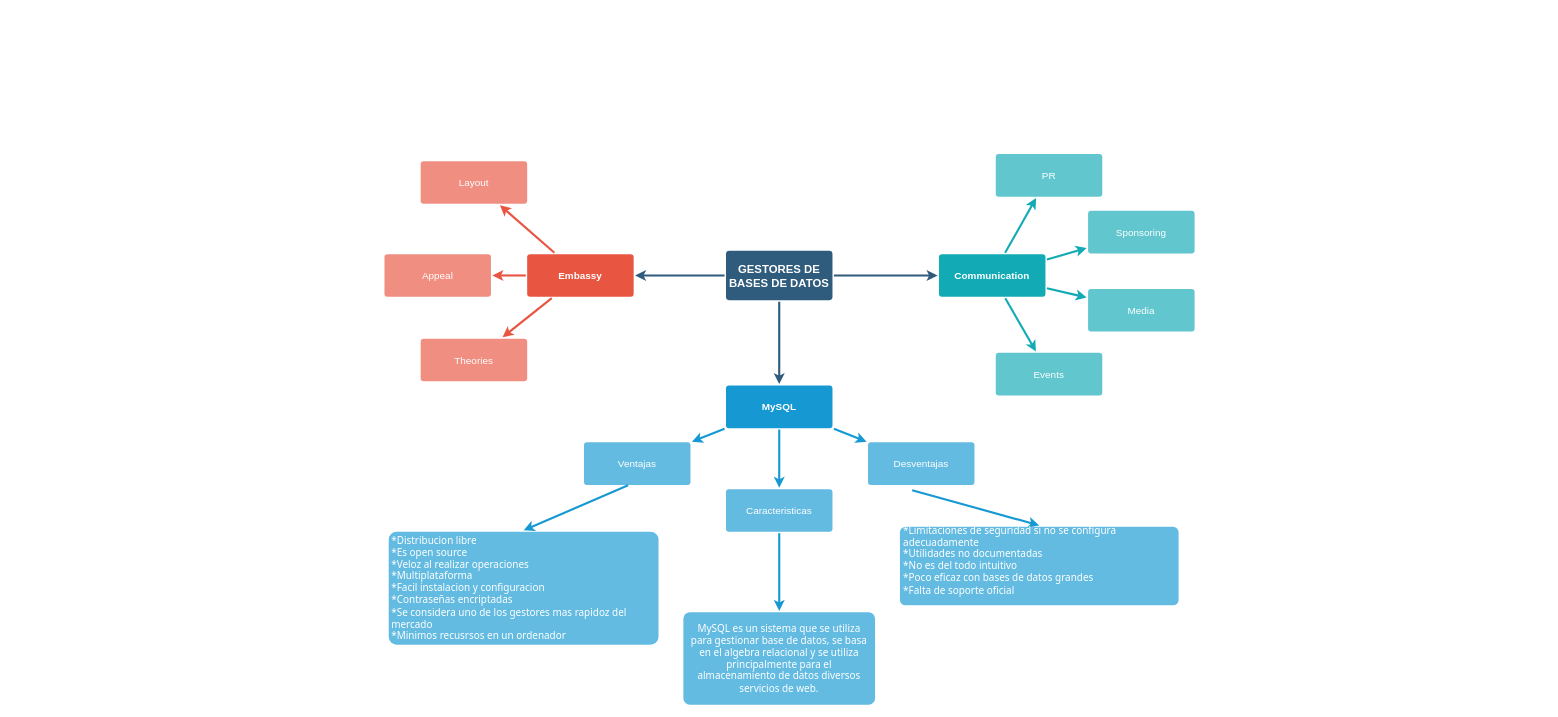
The draw.io diagram Actividad_5gestoresBD.drawio in tavo954cbr/moodle-BD, before the edit. Source tidied: cells renumbered, new cells numbered last; positions are measured from the earlier drawing's top-left corner, leaving out a move shared by most shapes. Both pictures are drawn from the tidied source at 71%, with x=0, y=0 at pixel (384, 153).
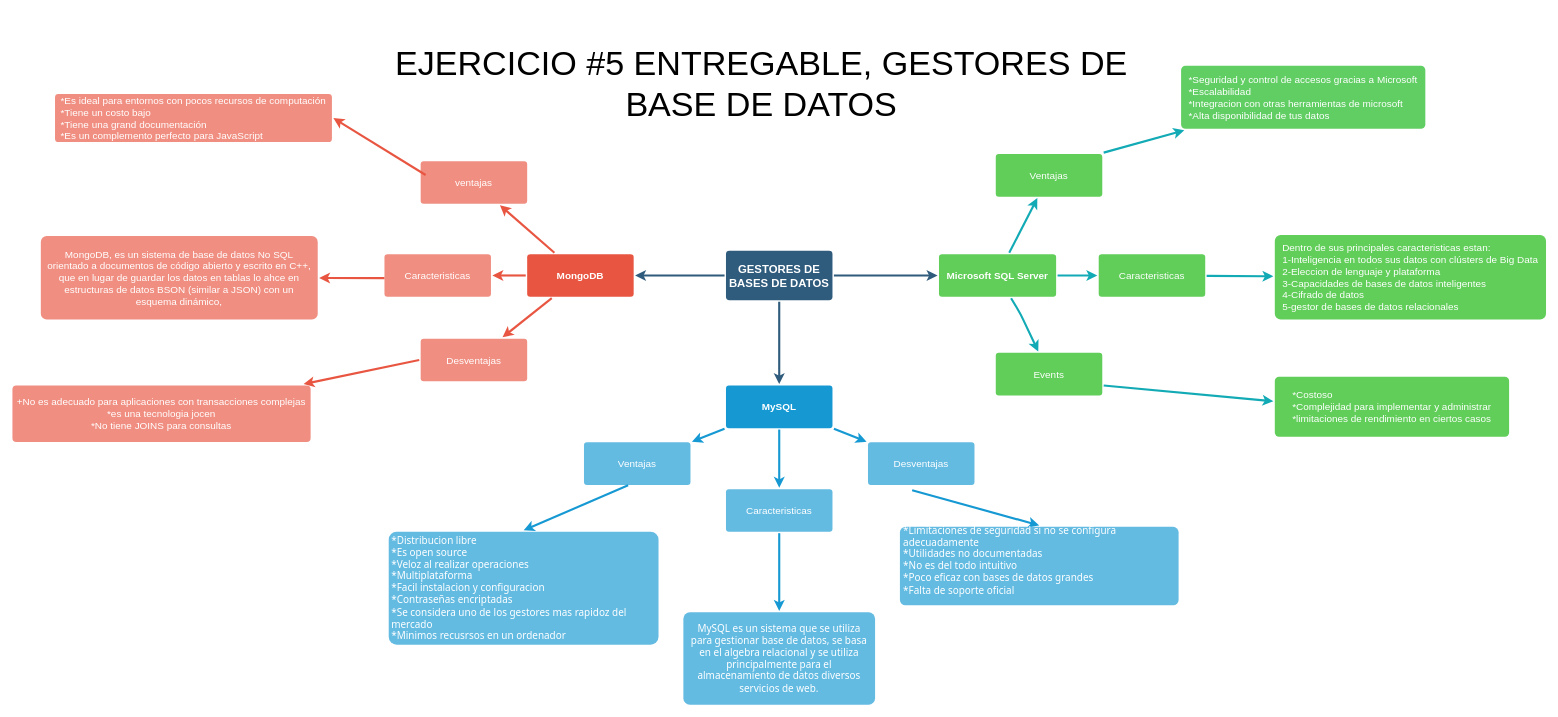
The same diagram, later.

What changed in the source:
```diff
@@
-    <mxCell id="9" value="Embassy" style="rounded=1;whiteSpace=wrap;html=1;shadow=0;labelBackgroundColor=none;strokeColor=none;strokeWidth=3;fillColor=#e85642;fontFamily=Helvetica;fontSize=14;fontColor=#FFFFFF;align=center;spacing=5;fontStyle=1;arcSize=7;perimeterSpacing=2;" parent="1" vertex="1">
+    <mxCell id="9" value="MongoDB" style="rounded=1;whiteSpace=wrap;html=1;shadow=0;labelBackgroundColor=none;strokeColor=none;strokeWidth=3;fillColor=#e85642;fontFamily=Helvetica;fontSize=14;fontColor=#FFFFFF;align=center;spacing=5;fontStyle=1;arcSize=7;perimeterSpacing=2;" parent="1" vertex="1">
       <mxGeometry x="201" y="141.5" width="150" height="60" as="geometry" />
     </mxCell>
-    <mxCell id="10" value="Theories" style="rounded=1;whiteSpace=wrap;html=1;shadow=0;labelBackgroundColor=none;strokeColor=none;strokeWidth=3;fillColor=#f08e81;fontFamily=Helvetica;fontSize=14;fontColor=#FFFFFF;align=center;spacing=5;fontStyle=0;arcSize=7;perimeterSpacing=2;" parent="1" vertex="1">
+    <mxCell id="10" value="Desventajas" style="rounded=1;whiteSpace=wrap;html=1;shadow=0;labelBackgroundColor=none;strokeColor=none;strokeWidth=3;fillColor=#f08e81;fontFamily=Helvetica;fontSize=14;fontColor=#FFFFFF;align=center;spacing=5;fontStyle=0;arcSize=7;perimeterSpacing=2;" parent="1" vertex="1">
       <mxGeometry x="51" y="260.5" width="150" height="60" as="geometry" />
     </mxCell>
-    <mxCell id="11" value="Appeal" style="rounded=1;whiteSpace=wrap;html=1;shadow=0;labelBackgroundColor=none;strokeColor=none;strokeWidth=3;fillColor=#f08e81;fontFamily=Helvetica;fontSize=14;fontColor=#FFFFFF;align=center;spacing=5;fontStyle=0;arcSize=7;perimeterSpacing=2;" parent="1" vertex="1">
+    <mxCell id="11" value="Caracteristicas" style="rounded=1;whiteSpace=wrap;html=1;shadow=0;labelBackgroundColor=none;strokeColor=none;strokeWidth=3;fillColor=#f08e81;fontFamily=Helvetica;fontSize=14;fontColor=#FFFFFF;align=center;spacing=5;fontStyle=0;arcSize=7;perimeterSpacing=2;" parent="1" vertex="1">
       <mxGeometry y="141.5" width="150" height="60" as="geometry" />
     </mxCell>
-    <mxCell id="12" value="Layout" style="rounded=1;whiteSpace=wrap;html=1;shadow=0;labelBackgroundColor=none;strokeColor=none;strokeWidth=3;fillColor=#f08e81;fontFamily=Helvetica;fontSize=14;fontColor=#FFFFFF;align=center;spacing=5;fontStyle=0;arcSize=7;perimeterSpacing=2;" parent="1" vertex="1">
+    <mxCell id="12" value="ventajas" style="rounded=1;whiteSpace=wrap;html=1;shadow=0;labelBackgroundColor=none;strokeColor=none;strokeWidth=3;fillColor=#f08e81;fontFamily=Helvetica;fontSize=14;fontColor=#FFFFFF;align=center;spacing=5;fontStyle=0;arcSize=7;perimeterSpacing=2;" parent="1" vertex="1">
       <mxGeometry x="51" y="10.5" width="150" height="60" as="geometry" />
     </mxCell>
@@
-    <mxCell id="20" value="Communication" style="rounded=1;whiteSpace=wrap;html=1;shadow=0;labelBackgroundColor=none;strokeColor=none;strokeWidth=3;fillColor=#12aab5;fontFamily=Helvetica;fontSize=14;fontColor=#FFFFFF;align=center;spacing=5;fontStyle=1;arcSize=7;perimeterSpacing=2;" parent="1" vertex="1">
-      <mxGeometry x="781" y="141.5" width="150" height="60" as="geometry" />
+    <mxCell id="20" value="Microsoft SQL Server" style="rounded=1;whiteSpace=wrap;html=1;shadow=0;labelBackgroundColor=none;strokeColor=none;strokeWidth=3;fillColor=#60CE59;fontFamily=Helvetica;fontSize=14;fontColor=#FFFFFF;align=center;spacing=5;fontStyle=1;arcSize=7;perimeterSpacing=2;" parent="1" vertex="1">
+      <mxGeometry x="781" y="141.5" width="165" height="60" as="geometry" />
     </mxCell>
-    <mxCell id="21" value="Events" style="rounded=1;whiteSpace=wrap;html=1;shadow=0;labelBackgroundColor=none;strokeColor=none;strokeWidth=3;fillColor=#61c6ce;fontFamily=Helvetica;fontSize=14;fontColor=#FFFFFF;align=center;spacing=5;fontStyle=0;arcSize=7;perimeterSpacing=2;" parent="1" vertex="1">
+    <mxCell id="21" value="Events" style="rounded=1;whiteSpace=wrap;html=1;shadow=0;labelBackgroundColor=none;strokeColor=none;strokeWidth=3;fillColor=#60CE59;fontFamily=Helvetica;fontSize=14;fontColor=#FFFFFF;align=center;spacing=5;fontStyle=0;arcSize=7;perimeterSpacing=2;" parent="1" vertex="1">
       <mxGeometry x="861" y="280.5" width="150" height="60" as="geometry" />
     </mxCell>
     <mxCell id="22" style="edgeStyle=none;rounded=1;jumpStyle=none;html=1;shadow=0;labelBackgroundColor=none;startArrow=none;startFill=0;jettySize=auto;strokeColor=#12AAB5;strokeWidth=3;fontFamily=Helvetica;fontSize=14;fontColor=#FFFFFF;spacing=5;fontStyle=1;fillColor=#b0e3e6;" parent="1" edge="1" source="20" target="21">
-      <mxGeometry relative="1" as="geometry" />
+      <mxGeometry relative="1" as="geometry">
+        <Array as="points">
+          <mxPoint x="896" y="226" />
+        </Array>
+      </mxGeometry>
     </mxCell>
-    <mxCell id="23" value="Media" style="rounded=1;whiteSpace=wrap;html=1;shadow=0;labelBackgroundColor=none;strokeColor=none;strokeWidth=3;fillColor=#61c6ce;fontFamily=Helvetica;fontSize=14;fontColor=#FFFFFF;align=center;spacing=5;fontStyle=0;arcSize=7;perimeterSpacing=2;" parent="1" vertex="1">
-      <mxGeometry x="991" y="190.5" width="150" height="60" as="geometry" />
+    <mxCell id="23" value="Caracteristicas" style="rounded=1;whiteSpace=wrap;html=1;shadow=0;labelBackgroundColor=none;strokeColor=none;strokeWidth=3;fillColor=#60CE59;fontFamily=Helvetica;fontSize=14;fontColor=#FFFFFF;align=center;spacing=5;fontStyle=0;arcSize=7;perimeterSpacing=2;" parent="1" vertex="1">
+      <mxGeometry x="1006" y="141.5" width="150" height="60" as="geometry" />
     </mxCell>
@@
-    <mxCell id="25" value="Sponsoring" style="rounded=1;whiteSpace=wrap;html=1;shadow=0;labelBackgroundColor=none;strokeColor=none;strokeWidth=3;fillColor=#61c6ce;fontFamily=Helvetica;fontSize=14;fontColor=#FFFFFF;align=center;spacing=5;fontStyle=0;arcSize=7;perimeterSpacing=2;" parent="1" vertex="1">
-      <mxGeometry x="991" y="80.5" width="150" height="60" as="geometry" />
-    </mxCell>
-    <mxCell id="26" style="edgeStyle=none;rounded=1;jumpStyle=none;html=1;shadow=0;labelBackgroundColor=none;startArrow=none;startFill=0;jettySize=auto;strokeColor=#12AAB5;strokeWidth=3;fontFamily=Helvetica;fontSize=14;fontColor=#FFFFFF;spacing=5;fontStyle=1;fillColor=#b0e3e6;" parent="1" edge="1" source="20" target="25">
-      <mxGeometry relative="1" as="geometry" />
-    </mxCell>
-    <mxCell id="27" value="PR" style="rounded=1;whiteSpace=wrap;html=1;shadow=0;labelBackgroundColor=none;strokeColor=none;strokeWidth=3;fillColor=#61c6ce;fontFamily=Helvetica;fontSize=14;fontColor=#FFFFFF;align=center;spacing=5;fontStyle=0;arcSize=7;perimeterSpacing=2;" parent="1" vertex="1">
+    <mxCell id="27" value="Ventajas" style="rounded=1;whiteSpace=wrap;html=1;shadow=0;labelBackgroundColor=none;strokeColor=none;strokeWidth=3;fillColor=#60CE59;fontFamily=Helvetica;fontSize=14;fontColor=#FFFFFF;align=center;spacing=5;fontStyle=0;arcSize=7;perimeterSpacing=2;" parent="1" vertex="1">
       <mxGeometry x="861" y="0.5" width="150" height="60" as="geometry" />
     </mxCell>
@@
+    <mxCell id="35" style="edgeStyle=none;rounded=1;jumpStyle=none;html=1;shadow=0;labelBackgroundColor=none;startArrow=none;startFill=0;jettySize=auto;strokeColor=#E85642;strokeWidth=3;fontFamily=Helvetica;fontSize=14;fontColor=#FFFFFF;spacing=5;fontStyle=1;fillColor=#b0e3e6;" parent="1" edge="1" target="36">
+      <mxGeometry relative="1" as="geometry">
+        <mxPoint y="175.2" as="sourcePoint" />
+      </mxGeometry>
+    </mxCell>
+    <mxCell id="36" value="MongoDB, es un sistema de base de datos No SQL orientado a documentos de código abierto y escrito en C++, que en lugar de guardar los datos en tablas lo ahce en estructuras de datos BSON (similar a JSON) con un esquema dinámico," style="rounded=1;whiteSpace=wrap;html=1;shadow=0;labelBackgroundColor=none;strokeColor=none;strokeWidth=3;fillColor=#f08e81;fontFamily=Helvetica;fontSize=14;fontColor=#FFFFFF;align=center;spacing=5;fontStyle=0;arcSize=7;perimeterSpacing=2;" parent="1" vertex="1">
+      <mxGeometry x="-484" y="116" width="390" height="117.5" as="geometry" />
+    </mxCell>
+    <mxCell id="37" value="&lt;div style=&quot;text-align: left;&quot;&gt;&lt;span style=&quot;background-color: initial;&quot;&gt;*Es ideal para entornos con pocos recursos de computación&lt;/span&gt;&lt;/div&gt;&lt;div style=&quot;text-align: left;&quot;&gt;&lt;span style=&quot;background-color: initial;&quot;&gt;*Tiene un costo bajo&lt;/span&gt;&lt;/div&gt;&lt;div style=&quot;text-align: left;&quot;&gt;&lt;span style=&quot;background-color: initial;&quot;&gt;*Tiene una grand documentación&lt;/span&gt;&lt;/div&gt;&lt;div style=&quot;text-align: left;&quot;&gt;&lt;span style=&quot;background-color: initial;&quot;&gt;*Es un complemento perfecto para JavaScript&lt;/span&gt;&lt;/div&gt;" style="rounded=1;whiteSpace=wrap;html=1;shadow=0;labelBackgroundColor=none;strokeColor=none;strokeWidth=3;fillColor=#f08e81;fontFamily=Helvetica;fontSize=14;fontColor=#FFFFFF;align=center;spacing=5;fontStyle=0;arcSize=7;perimeterSpacing=2;" parent="1" vertex="1">
+      <mxGeometry x="-464" y="-84" width="390" height="67.5" as="geometry" />
+    </mxCell>
+    <mxCell id="38" style="edgeStyle=none;rounded=1;jumpStyle=none;html=1;shadow=0;labelBackgroundColor=none;startArrow=none;startFill=0;jettySize=auto;strokeColor=#E85642;strokeWidth=3;fontFamily=Helvetica;fontSize=14;fontColor=#FFFFFF;spacing=5;fontStyle=1;fillColor=#b0e3e6;entryX=1;entryY=0.5;entryDx=0;entryDy=0;" parent="1" edge="1" target="37">
+      <mxGeometry relative="1" as="geometry">
+        <mxPoint x="58" y="30" as="sourcePoint" />
+      </mxGeometry>
+    </mxCell>
+    <mxCell id="39" value="+No es adecuado para aplicaciones con transacciones complejas&lt;br&gt;*es una tecnologia jocen&lt;br&gt;*No tiene JOINS para consultas" style="rounded=1;whiteSpace=wrap;html=1;shadow=0;labelBackgroundColor=none;strokeColor=none;strokeWidth=3;fillColor=#f08e81;fontFamily=Helvetica;fontSize=14;fontColor=#FFFFFF;align=center;spacing=5;fontStyle=0;arcSize=7;perimeterSpacing=2;" parent="1" vertex="1">
+      <mxGeometry x="-524" y="326.5" width="420" height="79.5" as="geometry" />
+    </mxCell>
+    <mxCell id="40" style="edgeStyle=none;rounded=1;jumpStyle=none;html=1;shadow=0;labelBackgroundColor=none;startArrow=none;startFill=0;jettySize=auto;strokeColor=#E85642;strokeWidth=3;fontFamily=Helvetica;fontSize=14;fontColor=#FFFFFF;spacing=5;fontStyle=1;fillColor=#b0e3e6;exitX=0;exitY=0.5;exitDx=0;exitDy=0;" parent="1" edge="1" source="10" target="39">
+      <mxGeometry relative="1" as="geometry" />
+    </mxCell>
+    <mxCell id="41" style="edgeStyle=none;rounded=1;jumpStyle=none;html=1;shadow=0;labelBackgroundColor=none;startArrow=none;startFill=0;jettySize=auto;strokeColor=#12AAB5;strokeWidth=3;fontFamily=Helvetica;fontSize=14;fontColor=#FFFFFF;spacing=5;fontStyle=1;fillColor=#b0e3e6;" parent="1" edge="1" source="23" target="42">
+      <mxGeometry relative="1" as="geometry" />
+    </mxCell>
+    <mxCell id="42" value="&lt;div style=&quot;text-align: left;&quot;&gt;&lt;span style=&quot;background-color: initial;&quot;&gt;Dentro de sus principales caracteristicas estan:&lt;/span&gt;&lt;/div&gt;&lt;div style=&quot;text-align: left;&quot;&gt;&lt;span style=&quot;background-color: initial;&quot;&gt;1-Inteligencia en todos sus datos con clústers de Big Data&lt;/span&gt;&lt;/div&gt;&lt;div style=&quot;text-align: left;&quot;&gt;&lt;span style=&quot;background-color: initial;&quot;&gt;2-Eleccion de lenguaje y plataforma&lt;/span&gt;&lt;/div&gt;&lt;div style=&quot;text-align: left;&quot;&gt;&lt;span style=&quot;background-color: initial;&quot;&gt;3-Capacidades de bases de datos inteligentes&lt;/span&gt;&lt;/div&gt;&lt;div style=&quot;text-align: left;&quot;&gt;&lt;span style=&quot;background-color: initial;&quot;&gt;4-Cifrado de datos&lt;/span&gt;&lt;/div&gt;&lt;div style=&quot;text-align: left;&quot;&gt;&lt;span style=&quot;background-color: initial;&quot;&gt;5-gestor de bases de datos relacionales&lt;/span&gt;&lt;br&gt;&lt;/div&gt;" style="rounded=1;whiteSpace=wrap;html=1;shadow=0;labelBackgroundColor=none;strokeColor=none;strokeWidth=3;fillColor=#60CE59;fontFamily=Helvetica;fontSize=14;fontColor=#FFFFFF;align=center;spacing=5;fontStyle=0;arcSize=7;perimeterSpacing=2;" parent="1" vertex="1">
+      <mxGeometry x="1254" y="114.5" width="382" height="119" as="geometry" />
+    </mxCell>
+    <mxCell id="43" value="&lt;div style=&quot;text-align: left;&quot;&gt;&lt;span style=&quot;background-color: initial;&quot;&gt;*Costoso&lt;/span&gt;&lt;/div&gt;&lt;div style=&quot;text-align: left;&quot;&gt;&lt;span style=&quot;background-color: initial;&quot;&gt;*Complejidad para implementar y administrar&lt;/span&gt;&lt;/div&gt;&lt;div style=&quot;text-align: left;&quot;&gt;&lt;span style=&quot;background-color: initial;&quot;&gt;*limitaciones de rendimiento en ciertos casos&lt;/span&gt;&lt;/div&gt;" style="rounded=1;whiteSpace=wrap;html=1;shadow=0;labelBackgroundColor=none;strokeColor=none;strokeWidth=3;fillColor=#60CE59;fontFamily=Helvetica;fontSize=14;fontColor=#FFFFFF;align=center;spacing=5;fontStyle=0;arcSize=7;perimeterSpacing=2;" parent="1" vertex="1">
+      <mxGeometry x="1254" y="314.2" width="330" height="84.5" as="geometry" />
+    </mxCell>
+    <mxCell id="44" value="&lt;div style=&quot;text-align: left;&quot;&gt;*Seguridad y control de accesos gracias a Microsoft&lt;/div&gt;&lt;div style=&quot;text-align: left;&quot;&gt;*Escalabilidad&lt;/div&gt;&lt;div style=&quot;text-align: left;&quot;&gt;*Integracion con otras herramientas de microsoft&lt;/div&gt;&lt;div style=&quot;text-align: left;&quot;&gt;*Alta disponibilidad de tus datos&lt;/div&gt;" style="rounded=1;whiteSpace=wrap;html=1;shadow=0;labelBackgroundColor=none;strokeColor=none;strokeWidth=3;fillColor=#61CE64;fontFamily=Helvetica;fontSize=14;fontColor=#FFFFFF;align=center;spacing=5;fontStyle=0;arcSize=7;perimeterSpacing=2;" parent="1" vertex="1">
+      <mxGeometry x="1122" y="-124" width="344" height="89" as="geometry" />
+    </mxCell>
+    <mxCell id="45" style="edgeStyle=none;rounded=1;jumpStyle=none;html=1;shadow=0;labelBackgroundColor=none;startArrow=none;startFill=0;jettySize=auto;strokeColor=#12AAB5;strokeWidth=3;fontFamily=Helvetica;fontSize=14;fontColor=#FFFFFF;spacing=5;fontStyle=1;fillColor=#b0e3e6;exitX=1;exitY=0;exitDx=0;exitDy=0;" parent="1" edge="1" source="27" target="44">
+      <mxGeometry relative="1" as="geometry" />
+    </mxCell>
+    <mxCell id="46" style="edgeStyle=none;rounded=1;jumpStyle=none;html=1;shadow=0;labelBackgroundColor=none;startArrow=none;startFill=0;jettySize=auto;strokeColor=#12AAB5;strokeWidth=3;fontFamily=Helvetica;fontSize=14;fontColor=#FFFFFF;spacing=5;fontStyle=1;fillColor=#b0e3e6;entryX=0;entryY=0.412;entryDx=0;entryDy=0;entryPerimeter=0;exitX=1;exitY=0.75;exitDx=0;exitDy=0;" parent="1" edge="1" source="21" target="43">
+      <mxGeometry relative="1" as="geometry" />
+    </mxCell>
+    <mxCell id="47" value="&lt;font style=&quot;font-size: 48px;&quot;&gt;EJERCICIO #5 ENTREGABLE, GESTORES DE BASE DE DATOS&lt;/font&gt;" style="text;html=1;strokeColor=none;fillColor=none;align=center;verticalAlign=middle;whiteSpace=wrap;rounded=0;" parent="1" vertex="1">
+      <mxGeometry x="-44" y="-199.5" width="1150" height="200" as="geometry" />
+    </mxCell>
```
